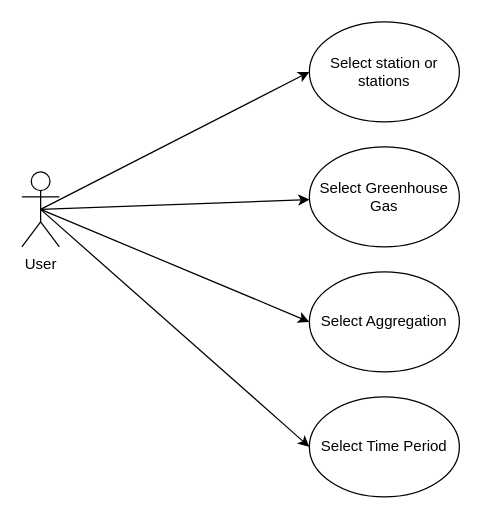
The draw.io diagram Untitled Diagram.drawio in jahan19011noor/university_project, before the edit. Source tidied: cells renumbered, new cells numbered last; positions are measured from the earlier drawing's top-left corner, leaving out a move shared by most shapes. Both pictures are drawn from the tidied source at 125%, with x=0, y=0 at pixel (21, 21).
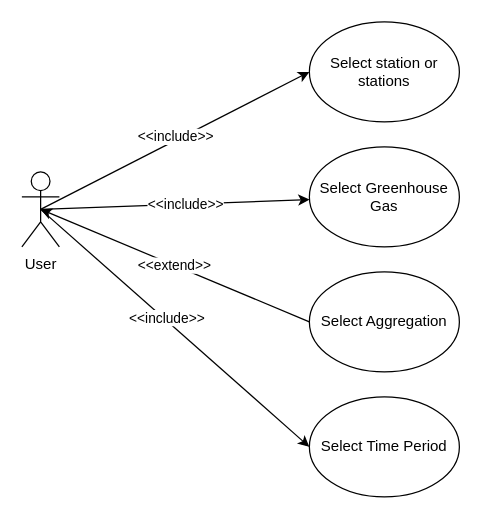
After the change.

Diff of the diagram source:
```diff
@@
 <mxGraphModel>
   <root>
     <mxCell id="0" />
     <mxCell id="1" parent="0" />
     <mxCell id="2" value="User" style="shape=umlActor;verticalLabelPosition=bottom;verticalAlign=top;html=1;outlineConnect=0;" parent="1" vertex="1">
       <mxGeometry y="120" width="30" height="60" as="geometry" />
     </mxCell>
     <mxCell id="3" value="Select station or stations" style="ellipse;whiteSpace=wrap;html=1;" parent="1" vertex="1">
       <mxGeometry x="230" width="120" height="80" as="geometry" />
     </mxCell>
     <mxCell id="4" style="endArrow=classic;html=1;rounded=0;entryX=0;entryY=0.5;entryDx=0;entryDy=0;exitX=0.5;exitY=0.5;exitDx=0;exitDy=0;exitPerimeter=0;" parent="1" edge="1" source="2" target="3">
       <mxGeometry relative="1" as="geometry" />
     </mxCell>
+    <mxCell id="11" value="&amp;lt;&amp;lt;include&amp;gt;&amp;gt;" style="edgeLabel;html=1;align=center;verticalAlign=middle;" parent="4" vertex="1">
+      <mxGeometry x="0.01" y="3" relative="1" as="geometry" />
+    </mxCell>
     <mxCell id="5" value="Select Greenhouse Gas" style="ellipse;whiteSpace=wrap;html=1;" parent="1" vertex="1">
       <mxGeometry x="230" y="100" width="120" height="80" as="geometry" />
     </mxCell>
     <mxCell id="6" style="endArrow=classic;html=1;rounded=0;exitX=0.5;exitY=0.5;exitDx=0;exitDy=0;exitPerimeter=0;" parent="1" edge="1" source="2" target="5">
       <mxGeometry relative="1" as="geometry" />
     </mxCell>
+    <mxCell id="12" value="&amp;lt;&amp;lt;include&amp;gt;&amp;gt;" style="edgeLabel;html=1;align=center;verticalAlign=middle;" parent="6" vertex="1">
+      <mxGeometry x="0.08" relative="1" as="geometry" />
+    </mxCell>
     <mxCell id="7" value="Select Aggregation" style="ellipse;whiteSpace=wrap;html=1;" parent="1" vertex="1">
       <mxGeometry x="230" y="200" width="120" height="80" as="geometry" />
     </mxCell>
-    <mxCell id="8" style="endArrow=classic;html=1;rounded=0;entryX=0;entryY=0.5;entryDx=0;entryDy=0;exitX=0.5;exitY=0.5;exitDx=0;exitDy=0;exitPerimeter=0;" parent="1" edge="1" source="2" target="7">
+    <mxCell id="8" value="&amp;lt;&amp;lt;extend&amp;gt;&amp;gt;" style="endArrow=classic;html=1;rounded=0;exitX=0;exitY=0.5;exitDx=0;exitDy=0;entryX=0.5;entryY=0.5;entryDx=0;entryDy=0;entryPerimeter=0;" parent="1" edge="1" source="7" target="2">
       <mxGeometry relative="1" as="geometry" />
     </mxCell>
     <mxCell id="9" value="Select Time Period" style="ellipse;whiteSpace=wrap;html=1;" parent="1" vertex="1">
       <mxGeometry x="230" y="300" width="120" height="80" as="geometry" />
     </mxCell>
     <mxCell id="10" style="endArrow=classic;html=1;rounded=0;entryX=0;entryY=0.5;entryDx=0;entryDy=0;exitX=0.5;exitY=0.5;exitDx=0;exitDy=0;exitPerimeter=0;" parent="1" edge="1" source="2" target="9">
       <mxGeometry relative="1" as="geometry" />
     </mxCell>
+    <mxCell id="13" value="&amp;lt;&amp;lt;include&amp;gt;&amp;gt;" style="edgeLabel;html=1;align=center;verticalAlign=middle;" parent="10" vertex="1">
+      <mxGeometry x="-0.07" y="2" relative="1" as="geometry" />
+    </mxCell>
   </root>
 </mxGraphModel>
```
